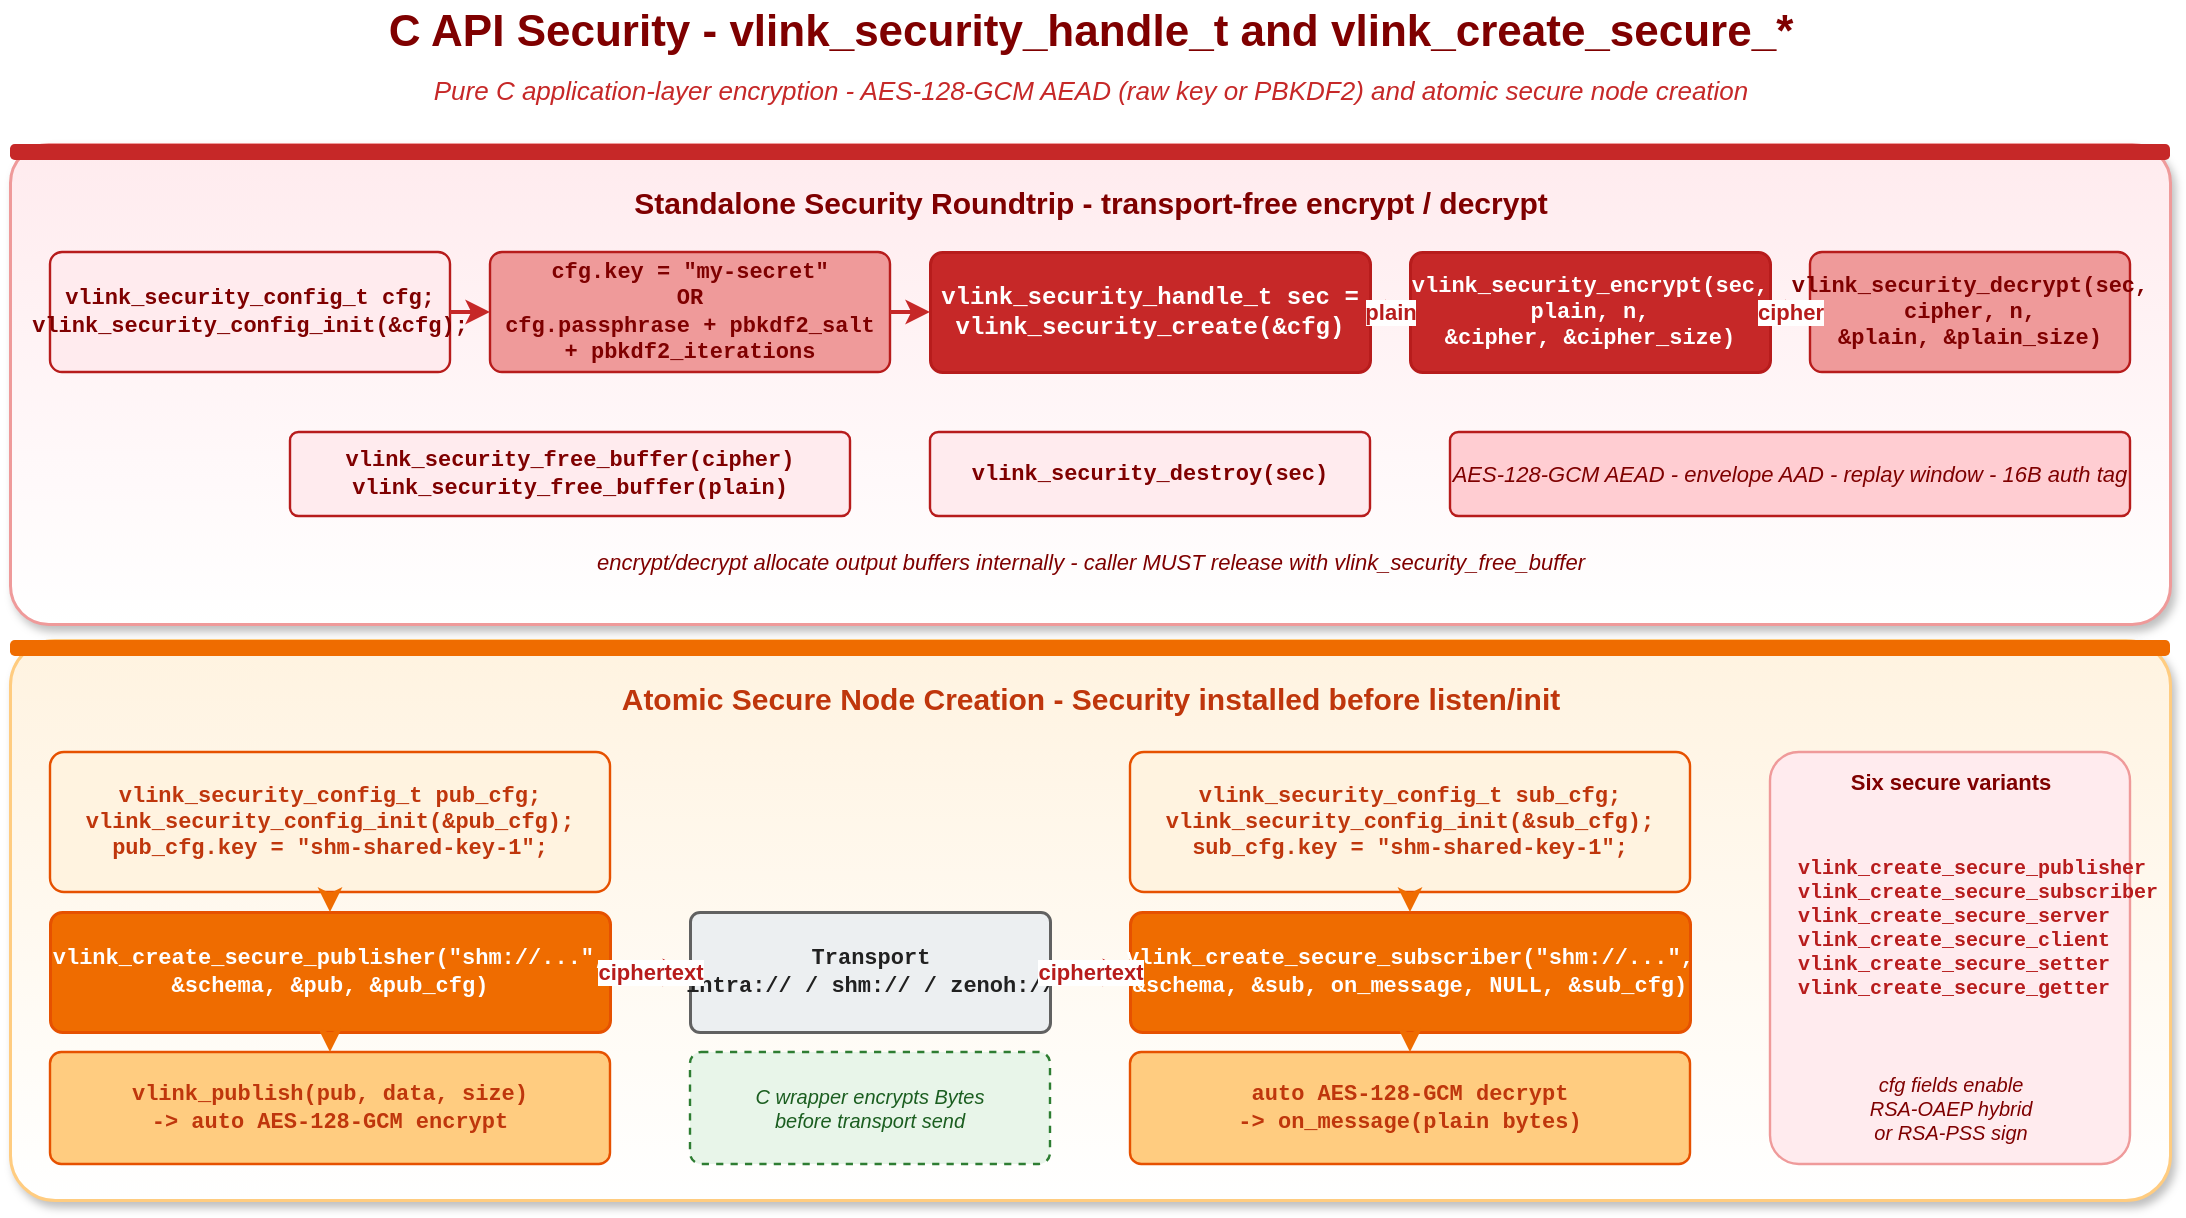
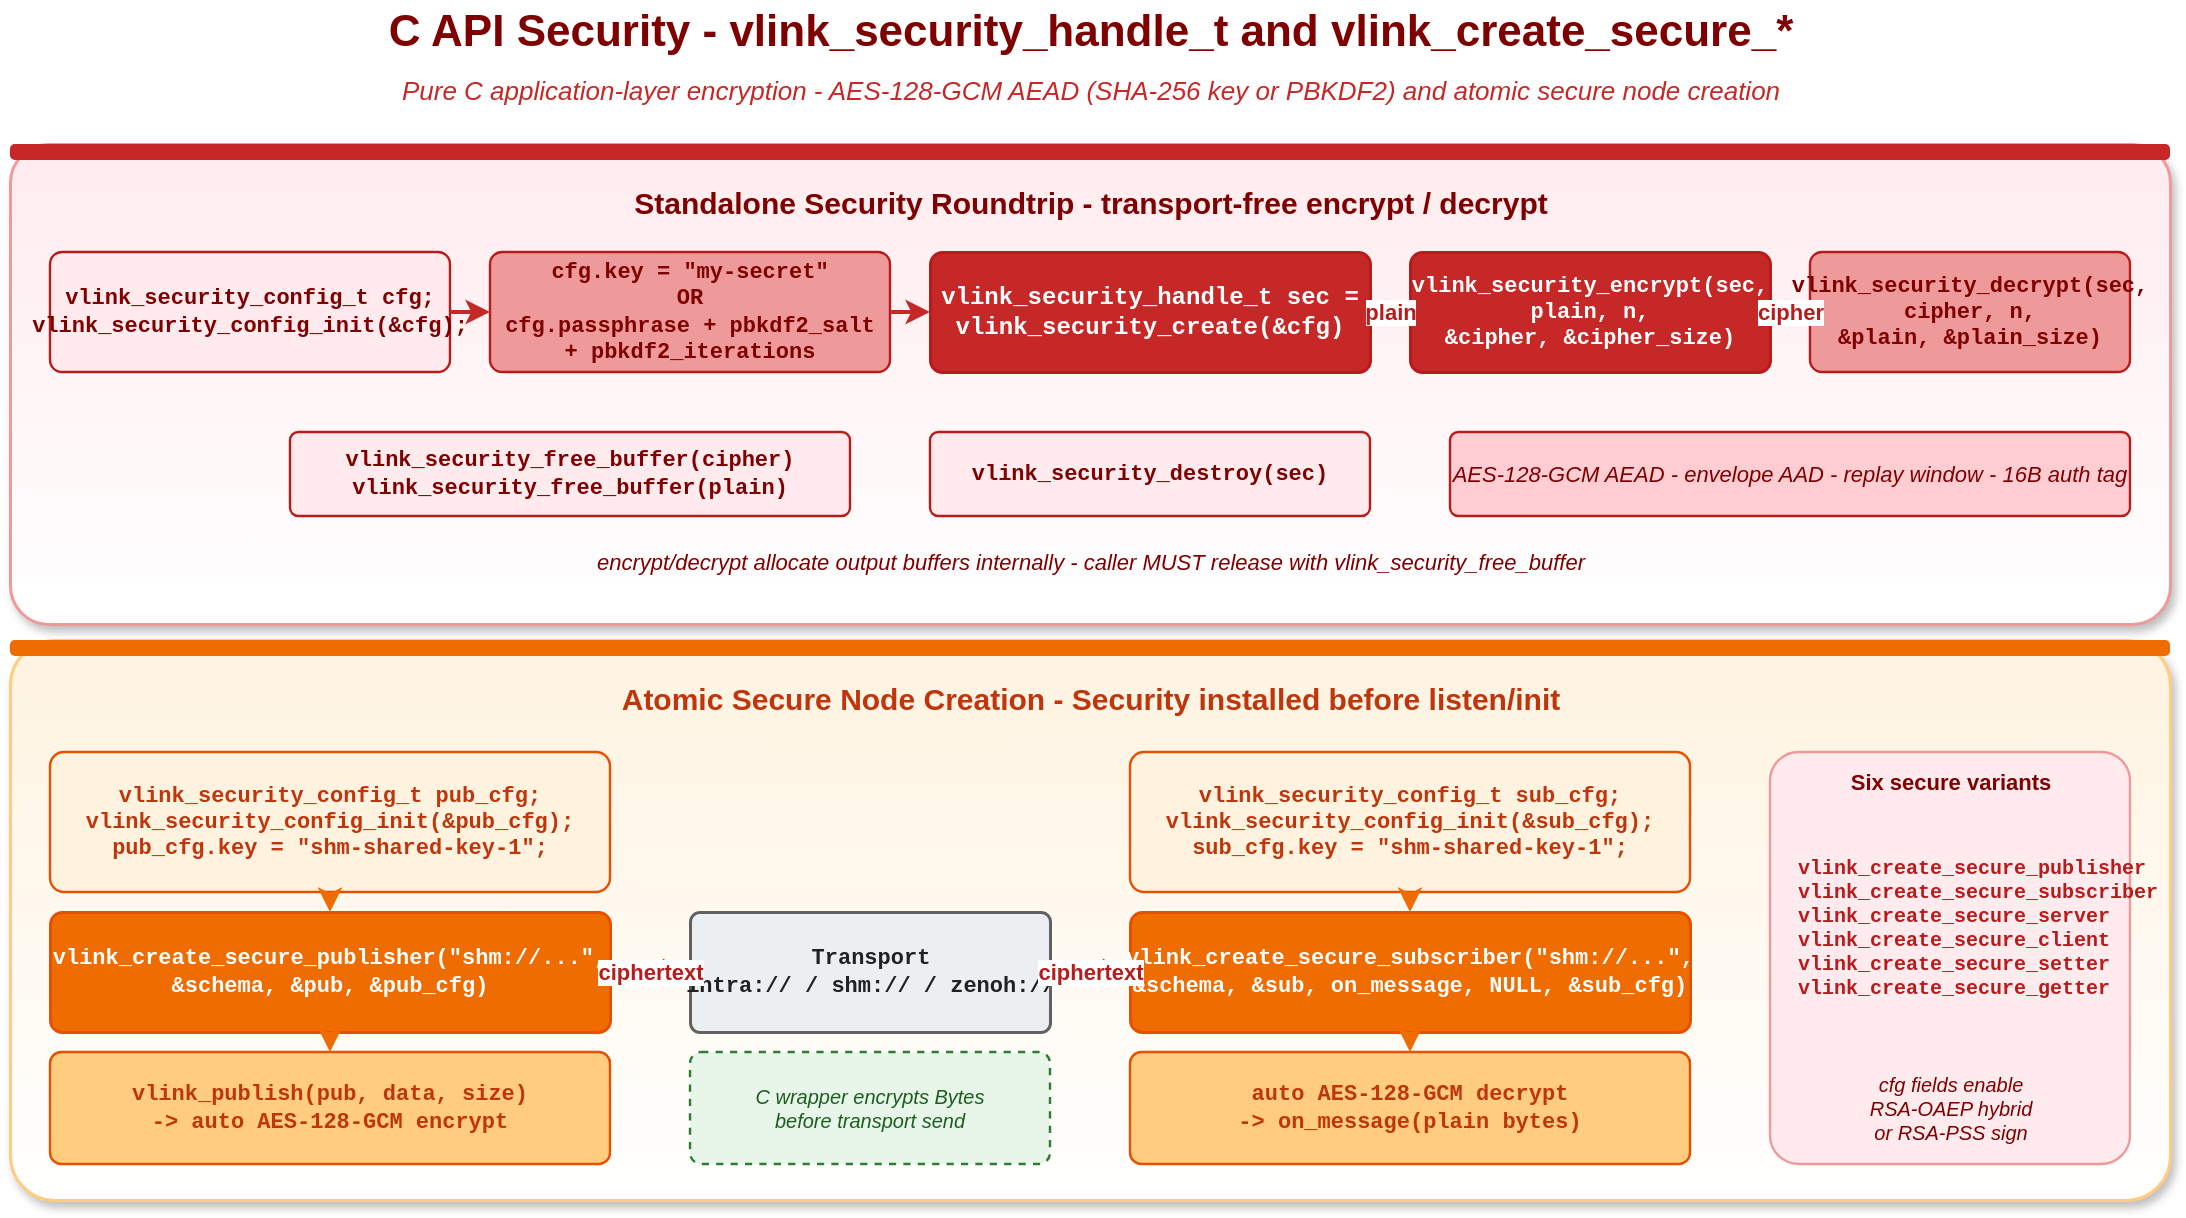
<mxfile host="app.diagrams.net" modified="2026-05-19T00:00:00.000Z" agent="Claude" version="24.0.0" type="device">
  <diagram id="c-api-security-flow" name="C API Security Flow">
    <mxGraphModel dx="1120" dy="640" grid="0" gridSize="10" guides="1" tooltips="1" connect="1" arrows="1" fold="1" page="1" pageScale="1" pageWidth="1120" pageHeight="640" math="0" shadow="0">
      <root>
        <mxCell id="0" />
        <mxCell id="1" parent="0" />

        <mxCell id="title" value="C API Security  -  vlink_security_handle_t and vlink_create_secure_*" style="text;html=1;align=center;verticalAlign=middle;strokeColor=none;fillColor=none;fontSize=22;fontStyle=1;fontColor=#7f0000;" vertex="1" parent="1">
          <mxGeometry x="20" y="20" width="1080" height="32" as="geometry" />
        </mxCell>
-         <mxCell id="sub" value="Pure C application-layer encryption  -  AES-128-GCM AEAD (raw key or PBKDF2) and atomic secure node creation" style="text;html=1;align=center;verticalAlign=middle;strokeColor=none;fillColor=none;fontSize=13;fontStyle=2;fontColor=#c62828;" vertex="1" parent="1">
+         <mxCell id="sub" value="Pure C application-layer encryption  -  AES-128-GCM AEAD (SHA-256 key or PBKDF2) and atomic secure node creation" style="text;html=1;align=center;verticalAlign=middle;strokeColor=none;fillColor=none;fontSize=13;fontStyle=2;fontColor=#c62828;" vertex="1" parent="1">
          <mxGeometry x="20" y="54" width="1080" height="22" as="geometry" />
        </mxCell>

        <!-- Top row: Standalone roundtrip (red) -->
        <mxCell id="stdBg" value="" style="rounded=1;whiteSpace=wrap;html=1;fillColor=#ffffff;strokeColor=#ef9a9a;strokeWidth=1.5;arcSize=8;shadow=1;gradientColor=#ffebee;gradientDirection=north;" vertex="1" parent="1">
          <mxGeometry x="20" y="92" width="1080" height="240" as="geometry" />
        </mxCell>
        <mxCell id="stdBar" value="" style="rounded=1;whiteSpace=wrap;html=1;fillColor=#c62828;strokeColor=none;arcSize=30;" vertex="1" parent="1">
          <mxGeometry x="20" y="92" width="1080" height="8" as="geometry" />
        </mxCell>
        <mxCell id="stdT" value="Standalone Security Roundtrip  -  transport-free encrypt / decrypt" style="text;html=1;align=center;verticalAlign=middle;strokeColor=none;fillColor=none;fontSize=15;fontStyle=1;fontColor=#7f0000;" vertex="1" parent="1">
          <mxGeometry x="20" y="108" width="1080" height="26" as="geometry" />
        </mxCell>

        <mxCell id="std1" value="vlink_security_config_t cfg;&#10;vlink_security_config_init(&amp;amp;cfg);" style="rounded=1;whiteSpace=wrap;html=1;fillColor=#ffebee;strokeColor=#b71c1c;strokeWidth=1.2;fontSize=11;fontFamily=Courier New;fontStyle=1;fontColor=#7f0000;arcSize=10;" vertex="1" parent="1">
          <mxGeometry x="40" y="146" width="200" height="60" as="geometry" />
        </mxCell>
        <mxCell id="std2" value="cfg.key = &quot;my-secret&quot;&#10;OR&#10;cfg.passphrase + pbkdf2_salt&#10;+ pbkdf2_iterations" style="rounded=1;whiteSpace=wrap;html=1;fillColor=#ef9a9a;strokeColor=#b71c1c;strokeWidth=1.2;fontSize=11;fontFamily=Courier New;fontStyle=1;fontColor=#7f0000;arcSize=10;" vertex="1" parent="1">
          <mxGeometry x="260" y="146" width="200" height="60" as="geometry" />
        </mxCell>
        <mxCell id="std3" value="vlink_security_handle_t sec =&#10;vlink_security_create(&amp;amp;cfg)" style="rounded=1;whiteSpace=wrap;html=1;fillColor=#c62828;strokeColor=#b71c1c;strokeWidth=1.5;fontSize=12;fontFamily=Courier New;fontStyle=1;fontColor=#ffffff;arcSize=10;" vertex="1" parent="1">
          <mxGeometry x="480" y="146" width="220" height="60" as="geometry" />
        </mxCell>
        <mxCell id="std4" value="vlink_security_encrypt(sec, plain, n,&#10;&amp;amp;cipher, &amp;amp;cipher_size)" style="rounded=1;whiteSpace=wrap;html=1;fillColor=#c62828;strokeColor=#b71c1c;strokeWidth=1.5;fontSize=11;fontFamily=Courier New;fontStyle=1;fontColor=#ffffff;arcSize=10;" vertex="1" parent="1">
          <mxGeometry x="720" y="146" width="180" height="60" as="geometry" />
        </mxCell>
        <mxCell id="std5" value="vlink_security_decrypt(sec, cipher, n,&#10;&amp;amp;plain, &amp;amp;plain_size)" style="rounded=1;whiteSpace=wrap;html=1;fillColor=#ef9a9a;strokeColor=#b71c1c;strokeWidth=1.2;fontSize=11;fontFamily=Courier New;fontStyle=1;fontColor=#7f0000;arcSize=10;" vertex="1" parent="1">
          <mxGeometry x="920" y="146" width="160" height="60" as="geometry" />
        </mxCell>

        <mxCell id="std6" value="vlink_security_free_buffer(cipher)&#10;vlink_security_free_buffer(plain)" style="rounded=1;whiteSpace=wrap;html=1;fillColor=#ffebee;strokeColor=#b71c1c;strokeWidth=1.2;fontSize=11;fontFamily=Courier New;fontStyle=1;fontColor=#7f0000;arcSize=10;" vertex="1" parent="1">
          <mxGeometry x="160" y="236" width="280" height="42" as="geometry" />
        </mxCell>
        <mxCell id="std7" value="vlink_security_destroy(sec)" style="rounded=1;whiteSpace=wrap;html=1;fillColor=#ffebee;strokeColor=#b71c1c;strokeWidth=1.2;fontSize=11;fontFamily=Courier New;fontStyle=1;fontColor=#7f0000;arcSize=10;" vertex="1" parent="1">
          <mxGeometry x="480" y="236" width="220" height="42" as="geometry" />
        </mxCell>
        <mxCell id="stdAlg" value="AES-128-GCM AEAD  -  envelope AAD  -  replay window  -  16B auth tag" style="rounded=1;whiteSpace=wrap;html=1;fillColor=#ffcdd2;strokeColor=#b71c1c;strokeWidth=1.2;fontSize=11;fontStyle=2;fontColor=#7f0000;arcSize=10;" vertex="1" parent="1">
          <mxGeometry x="740" y="236" width="340" height="42" as="geometry" />
        </mxCell>
        <mxCell id="stdNote" value="encrypt/decrypt allocate output buffers internally  -  caller MUST release with vlink_security_free_buffer" style="text;html=1;align=center;verticalAlign=middle;strokeColor=none;fillColor=none;fontSize=11;fontStyle=2;fontColor=#7f0000;" vertex="1" parent="1">
          <mxGeometry x="20" y="290" width="1080" height="22" as="geometry" />
        </mxCell>

        <!-- arrows top row -->
        <mxCell id="asa1" style="endArrow=classic;endFill=1;html=1;strokeWidth=2;strokeColor=#c62828;exitX=1;exitY=0.5;entryX=0;entryY=0.5;rounded=1;" edge="1" parent="1" source="std1" target="std2">
          <mxGeometry relative="1" as="geometry" />
        </mxCell>
        <mxCell id="asa2" style="endArrow=classic;endFill=1;html=1;strokeWidth=2;strokeColor=#c62828;exitX=1;exitY=0.5;entryX=0;entryY=0.5;rounded=1;" edge="1" parent="1" source="std2" target="std3">
          <mxGeometry relative="1" as="geometry" />
        </mxCell>
        <mxCell id="asa3" value="plain" style="endArrow=classic;endFill=1;html=1;strokeWidth=2;strokeColor=#c62828;exitX=1;exitY=0.5;entryX=0;entryY=0.5;rounded=1;fontSize=11;fontStyle=1;fontColor=#b71c1c;labelBackgroundColor=#ffffff;" edge="1" parent="1" source="std3" target="std4">
          <mxGeometry relative="1" as="geometry" />
        </mxCell>
        <mxCell id="asa4" value="cipher" style="endArrow=classic;endFill=1;html=1;strokeWidth=2;strokeColor=#c62828;exitX=1;exitY=0.5;entryX=0;entryY=0.5;rounded=1;fontSize=11;fontStyle=1;fontColor=#b71c1c;labelBackgroundColor=#ffffff;" edge="1" parent="1" source="std4" target="std5">
          <mxGeometry relative="1" as="geometry" />
        </mxCell>

        <!-- Bottom row: atomic secure node creation -->
        <mxCell id="secBg" value="" style="rounded=1;whiteSpace=wrap;html=1;fillColor=#ffffff;strokeColor=#ffcc80;strokeWidth=1.5;arcSize=8;shadow=1;gradientColor=#fff3e0;gradientDirection=north;" vertex="1" parent="1">
          <mxGeometry x="20" y="340" width="1080" height="280" as="geometry" />
        </mxCell>
        <mxCell id="secBar" value="" style="rounded=1;whiteSpace=wrap;html=1;fillColor=#ef6c00;strokeColor=none;arcSize=30;" vertex="1" parent="1">
          <mxGeometry x="20" y="340" width="1080" height="8" as="geometry" />
        </mxCell>
        <mxCell id="secT" value="Atomic Secure Node Creation  -  Security installed before listen/init" style="text;html=1;align=center;verticalAlign=middle;strokeColor=none;fillColor=none;fontSize=15;fontStyle=1;fontColor=#bf360c;" vertex="1" parent="1">
          <mxGeometry x="20" y="356" width="1080" height="26" as="geometry" />
        </mxCell>

        <!-- Publisher path -->
        <mxCell id="pub1" value="vlink_security_config_t pub_cfg;&#10;vlink_security_config_init(&amp;amp;pub_cfg);&#10;pub_cfg.key = &quot;shm-shared-key-1&quot;;" style="rounded=1;whiteSpace=wrap;html=1;fillColor=#fff3e0;strokeColor=#e65100;strokeWidth=1.2;fontSize=11;fontFamily=Courier New;fontStyle=1;fontColor=#bf360c;arcSize=10;" vertex="1" parent="1">
          <mxGeometry x="40" y="396" width="280" height="70" as="geometry" />
        </mxCell>
        <mxCell id="pub2" value="vlink_create_secure_publisher(&quot;shm://...&quot;,&#10;&amp;amp;schema, &amp;amp;pub, &amp;amp;pub_cfg)" style="rounded=1;whiteSpace=wrap;html=1;fillColor=#ef6c00;strokeColor=#e65100;strokeWidth=1.5;fontSize=11;fontFamily=Courier New;fontStyle=1;fontColor=#ffffff;arcSize=10;" vertex="1" parent="1">
          <mxGeometry x="40" y="476" width="280" height="60" as="geometry" />
        </mxCell>
        <mxCell id="pub3" value="vlink_publish(pub, data, size)&#10;-&amp;gt; auto AES-128-GCM encrypt" style="rounded=1;whiteSpace=wrap;html=1;fillColor=#ffcc80;strokeColor=#e65100;strokeWidth=1.2;fontSize=11;fontFamily=Courier New;fontStyle=1;fontColor=#bf360c;arcSize=10;" vertex="1" parent="1">
          <mxGeometry x="40" y="546" width="280" height="56" as="geometry" />
        </mxCell>

        <!-- transport (gray) -->
        <mxCell id="trBg2" value="" style="rounded=1;whiteSpace=wrap;html=1;fillColor=#eceff1;strokeColor=#616161;strokeWidth=1.5;arcSize=8;fontSize=11;fontStyle=1;fontColor=#212121;" vertex="1" parent="1">
          <mxGeometry x="360" y="476" width="180" height="60" as="geometry" />
        </mxCell>
        <mxCell id="trTxt" value="Transport&#10;intra:// / shm:// / zenoh://" style="text;html=1;align=center;verticalAlign=middle;strokeColor=none;fillColor=none;fontSize=11;fontFamily=Courier New;fontStyle=1;fontColor=#212121;" vertex="1" parent="1">
          <mxGeometry x="360" y="476" width="180" height="60" as="geometry" />
        </mxCell>
        <mxCell id="trWarn" value="C wrapper encrypts Bytes&#10;before transport send" style="rounded=1;whiteSpace=wrap;html=1;fillColor=#e8f5e9;strokeColor=#2e7d32;strokeWidth=1.2;fontSize=10;fontStyle=2;fontColor=#1b5e20;arcSize=10;dashed=1;" vertex="1" parent="1">
          <mxGeometry x="360" y="546" width="180" height="56" as="geometry" />
        </mxCell>

        <!-- Subscriber path -->
        <mxCell id="sub1" value="vlink_security_config_t sub_cfg;&#10;vlink_security_config_init(&amp;amp;sub_cfg);&#10;sub_cfg.key = &quot;shm-shared-key-1&quot;;" style="rounded=1;whiteSpace=wrap;html=1;fillColor=#fff3e0;strokeColor=#e65100;strokeWidth=1.2;fontSize=11;fontFamily=Courier New;fontStyle=1;fontColor=#bf360c;arcSize=10;" vertex="1" parent="1">
          <mxGeometry x="580" y="396" width="280" height="70" as="geometry" />
        </mxCell>
        <mxCell id="sub2" value="vlink_create_secure_subscriber(&quot;shm://...&quot;,&#10;&amp;amp;schema, &amp;amp;sub, on_message, NULL, &amp;amp;sub_cfg)" style="rounded=1;whiteSpace=wrap;html=1;fillColor=#ef6c00;strokeColor=#e65100;strokeWidth=1.5;fontSize=11;fontFamily=Courier New;fontStyle=1;fontColor=#ffffff;arcSize=10;" vertex="1" parent="1">
          <mxGeometry x="580" y="476" width="280" height="60" as="geometry" />
        </mxCell>
        <mxCell id="sub3" value="auto AES-128-GCM decrypt&#10;-&amp;gt; on_message(plain bytes)" style="rounded=1;whiteSpace=wrap;html=1;fillColor=#ffcc80;strokeColor=#e65100;strokeWidth=1.2;fontSize=11;fontFamily=Courier New;fontStyle=1;fontColor=#bf360c;arcSize=10;" vertex="1" parent="1">
          <mxGeometry x="580" y="546" width="280" height="56" as="geometry" />
        </mxCell>

        <!-- Right legend: variants -->
        <mxCell id="varBg" value="" style="rounded=1;whiteSpace=wrap;html=1;fillColor=#ffebee;strokeColor=#ef9a9a;strokeWidth=1.2;arcSize=8;" vertex="1" parent="1">
          <mxGeometry x="900" y="396" width="180" height="206" as="geometry" />
        </mxCell>
        <mxCell id="varT" value="Six secure variants" style="text;html=1;align=center;verticalAlign=middle;strokeColor=none;fillColor=none;fontSize=11;fontStyle=1;fontColor=#7f0000;" vertex="1" parent="1">
          <mxGeometry x="900" y="400" width="180" height="22" as="geometry" />
        </mxCell>
        <mxCell id="varList" value="vlink_create_secure_publisher&#10;vlink_create_secure_subscriber&#10;vlink_create_secure_server&#10;vlink_create_secure_client&#10;vlink_create_secure_setter&#10;vlink_create_secure_getter" style="text;html=1;align=left;verticalAlign=middle;strokeColor=none;fillColor=none;fontSize=10;fontFamily=Courier New;fontStyle=1;fontColor=#b71c1c;" vertex="1" parent="1">
          <mxGeometry x="912" y="424" width="160" height="120" as="geometry" />
        </mxCell>
        <mxCell id="varAlg" value="cfg fields enable&#10;RSA-OAEP hybrid&#10;or RSA-PSS sign" style="text;html=1;align=center;verticalAlign=middle;strokeColor=none;fillColor=none;fontSize=10;fontStyle=2;fontColor=#7f0000;" vertex="1" parent="1">
          <mxGeometry x="908" y="552" width="164" height="44" as="geometry" />
        </mxCell>

        <!-- arrows pub/sub -->
        <mxCell id="ab1" style="endArrow=classic;endFill=1;html=1;strokeWidth=2;strokeColor=#ef6c00;exitX=0.5;exitY=1;entryX=0.5;entryY=0;rounded=1;" edge="1" parent="1" source="pub1" target="pub2">
          <mxGeometry relative="1" as="geometry" />
        </mxCell>
        <mxCell id="ab2" style="endArrow=classic;endFill=1;html=1;strokeWidth=2;strokeColor=#ef6c00;exitX=0.5;exitY=1;entryX=0.5;entryY=0;rounded=1;" edge="1" parent="1" source="pub2" target="pub3">
          <mxGeometry relative="1" as="geometry" />
        </mxCell>
        <mxCell id="ab3" value="ciphertext" style="endArrow=classic;endFill=1;html=1;strokeWidth=2.5;strokeColor=#c62828;exitX=1;exitY=0.5;entryX=0;entryY=0.5;rounded=1;fontSize=11;fontStyle=1;fontColor=#b71c1c;labelBackgroundColor=#ffffff;" edge="1" parent="1" source="pub2" target="trBg2">
          <mxGeometry relative="1" as="geometry" />
        </mxCell>
        <mxCell id="ab4" value="ciphertext" style="endArrow=classic;endFill=1;html=1;strokeWidth=2.5;strokeColor=#c62828;exitX=1;exitY=0.5;entryX=0;entryY=0.5;rounded=1;fontSize=11;fontStyle=1;fontColor=#b71c1c;labelBackgroundColor=#ffffff;" edge="1" parent="1" source="trBg2" target="sub2">
          <mxGeometry relative="1" as="geometry" />
        </mxCell>
        <mxCell id="ab5" style="endArrow=classic;endFill=1;html=1;strokeWidth=2;strokeColor=#ef6c00;exitX=0.5;exitY=1;entryX=0.5;entryY=0;rounded=1;" edge="1" parent="1" source="sub1" target="sub2">
          <mxGeometry relative="1" as="geometry" />
        </mxCell>
        <mxCell id="ab6" style="endArrow=classic;endFill=1;html=1;strokeWidth=2;strokeColor=#ef6c00;exitX=0.5;exitY=1;entryX=0.5;entryY=0;rounded=1;" edge="1" parent="1" source="sub2" target="sub3">
          <mxGeometry relative="1" as="geometry" />
        </mxCell>

      </root>
    </mxGraphModel>
  </diagram>
</mxfile>
